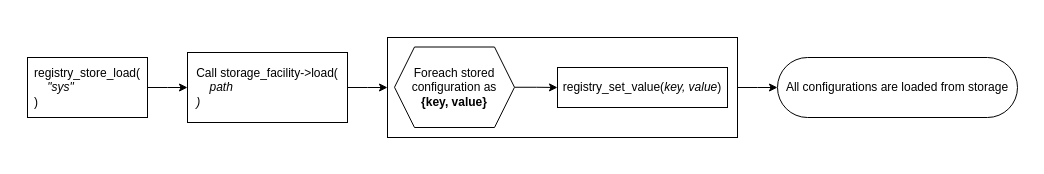
This is doc/drawio/flow/basic_behavioral_flow_load.drawio from LasseRosenow/riot-runtime-config, a draw.io file, before an edit. Source tidied: cells renumbered, new cells numbered last; positions are measured from the earlier drawing's top-left corner, leaving out a move shared by most shapes. Both pictures are drawn from the tidied source at 100%, with x=0, y=0 at pixel (17, 17).
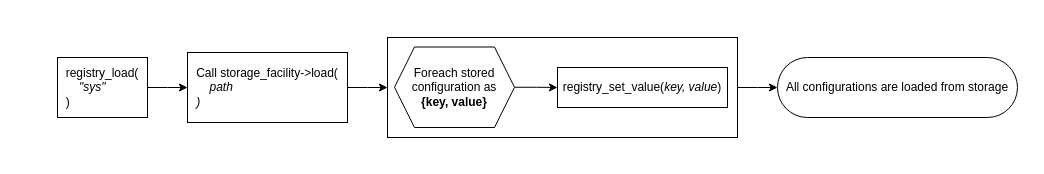
The same page after the edit.

Diff of the diagram source:
```diff
@@
 <mxGraphModel background="#FFFFFF">
   <root>
     <mxCell id="0" />
     <mxCell id="1" parent="0" />
     <mxCell id="2" style="rounded=0;whiteSpace=wrap;html=1;strokeColor=none;" parent="1" vertex="1">
-      <mxGeometry width="1010" height="140" as="geometry" />
+      <mxGeometry x="30" width="980" height="140" as="geometry" />
     </mxCell>
-    <mxCell id="3" value="registry_store_load(&lt;br&gt;&lt;div style=&quot;text-align: left&quot;&gt;&lt;span&gt;&lt;i&gt;&amp;nbsp; &amp;nbsp; &quot;sys&quot;&lt;/i&gt;&lt;/span&gt;&lt;/div&gt;&lt;div style=&quot;text-align: left&quot;&gt;&lt;span&gt;)&lt;/span&gt;&lt;/div&gt;" style="rounded=0;whiteSpace=wrap;html=1;" parent="1" vertex="1">
-      <mxGeometry x="10" y="40" width="120" height="60" as="geometry" />
+    <mxCell id="3" value="registry_load(&lt;br&gt;&lt;div style=&quot;text-align: left&quot;&gt;&lt;span&gt;&lt;i&gt;&amp;nbsp; &amp;nbsp; &quot;sys&quot;&lt;/i&gt;&lt;/span&gt;&lt;/div&gt;&lt;div style=&quot;text-align: left&quot;&gt;&lt;span&gt;)&lt;/span&gt;&lt;/div&gt;" style="rounded=0;whiteSpace=wrap;html=1;" parent="1" vertex="1">
+      <mxGeometry x="40" y="40" width="90" height="60" as="geometry" />
     </mxCell>
     <mxCell id="4" style="edgeStyle=elbowEdgeStyle;rounded=0;html=1;" parent="1" edge="1" source="3" target="5">
       <mxGeometry relative="1" as="geometry" />
     </mxCell>
     <mxCell id="5" value="Call storage_facility-&amp;gt;load(&lt;br&gt;&lt;div style=&quot;text-align: left&quot;&gt;&lt;i&gt;&amp;nbsp; &amp;nbsp; path&lt;/i&gt;&lt;/div&gt;&lt;i&gt;&lt;div style=&quot;text-align: left&quot;&gt;&lt;span&gt;)&lt;/span&gt;&lt;/div&gt;&lt;/i&gt;" style="rounded=0;whiteSpace=wrap;html=1;" parent="1" vertex="1">
       <mxGeometry x="170" y="35" width="160" height="70" as="geometry" />
     </mxCell>
     <mxCell id="6" style="edgeStyle=elbowEdgeStyle;rounded=0;html=1;" parent="1" edge="1" source="7" target="8">
       <mxGeometry relative="1" as="geometry" />
     </mxCell>
     <mxCell id="7" style="rounded=0;whiteSpace=wrap;html=1;verticalAlign=top;" parent="1" vertex="1">
       <mxGeometry x="370" y="20" width="350" height="100" as="geometry" />
     </mxCell>
     <mxCell id="8" value="All configurations are loaded from storage" style="rounded=1;whiteSpace=wrap;html=1;arcSize=50;" parent="1" vertex="1">
       <mxGeometry x="760" y="40" width="240" height="60" as="geometry" />
     </mxCell>
     <mxCell id="9" style="edgeStyle=elbowEdgeStyle;rounded=0;html=1;exitX=1;exitY=0.5;exitDx=0;exitDy=0;" parent="1" edge="1" source="11" target="10">
       <mxGeometry relative="1" as="geometry" />
     </mxCell>
     <mxCell id="10" value="registry_set_value(&lt;i&gt;key, value&lt;/i&gt;)" style="rounded=0;whiteSpace=wrap;html=1;" parent="1" vertex="1">
       <mxGeometry x="540" y="50" width="170" height="40" as="geometry" />
     </mxCell>
     <mxCell id="11" value="Foreach stored configuration&amp;nbsp;as&lt;br&gt;&lt;b&gt;{key, value}&lt;/b&gt;" style="shape=hexagon;perimeter=hexagonPerimeter2;whiteSpace=wrap;html=1;fixedSize=1;" parent="1" vertex="1">
       <mxGeometry x="377" y="29.5" width="120" height="80.5" as="geometry" />
     </mxCell>
     <mxCell id="12" style="edgeStyle=elbowEdgeStyle;rounded=0;html=1;" parent="1" edge="1" source="5" target="7">
       <mxGeometry relative="1" as="geometry" />
     </mxCell>
   </root>
 </mxGraphModel>
```
